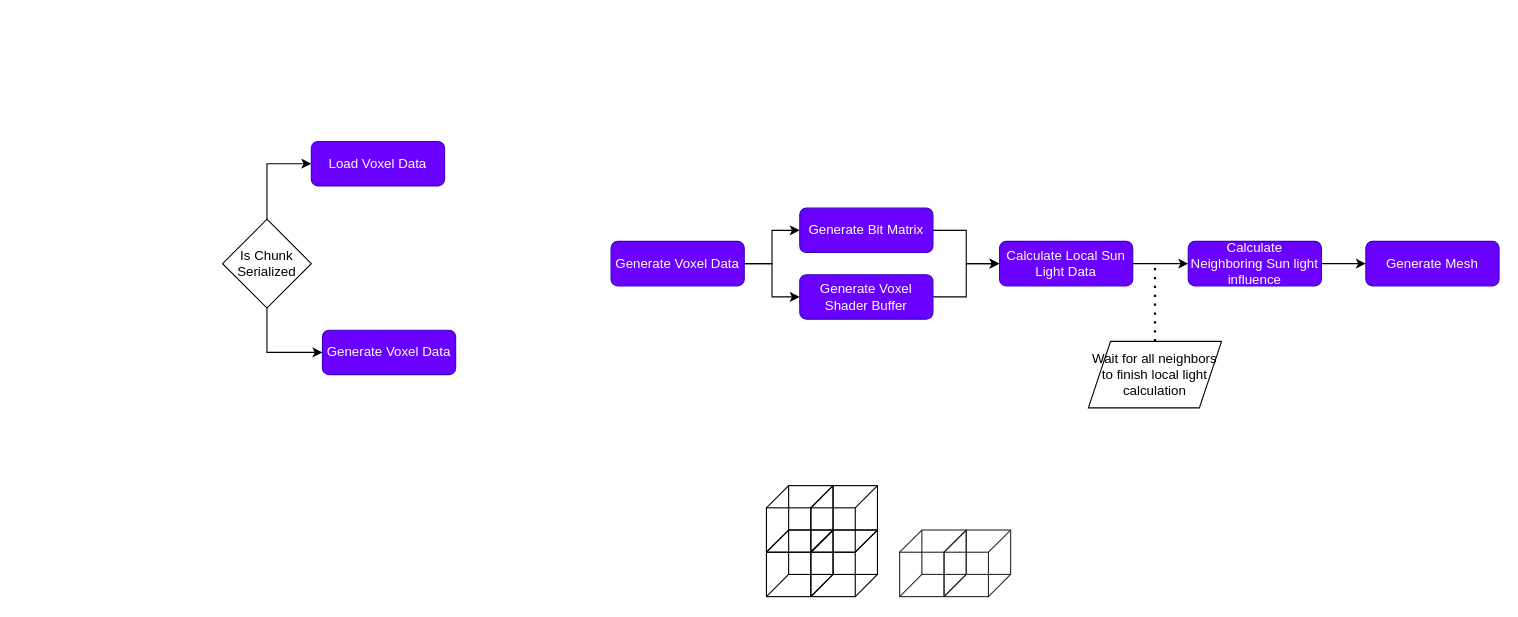
Seremonik/VoxelEngine keeps this draw.io diagram as VoxelEngine_Whiteboard.drawio. Above is the earlier version. Source tidied: cells renumbered, new cells numbered last; positions are measured from the earlier drawing's top-left corner, leaving out a move shared by most shapes. Both pictures are drawn from the tidied source at 111%, with x=0, y=0 at pixel (222, 141).
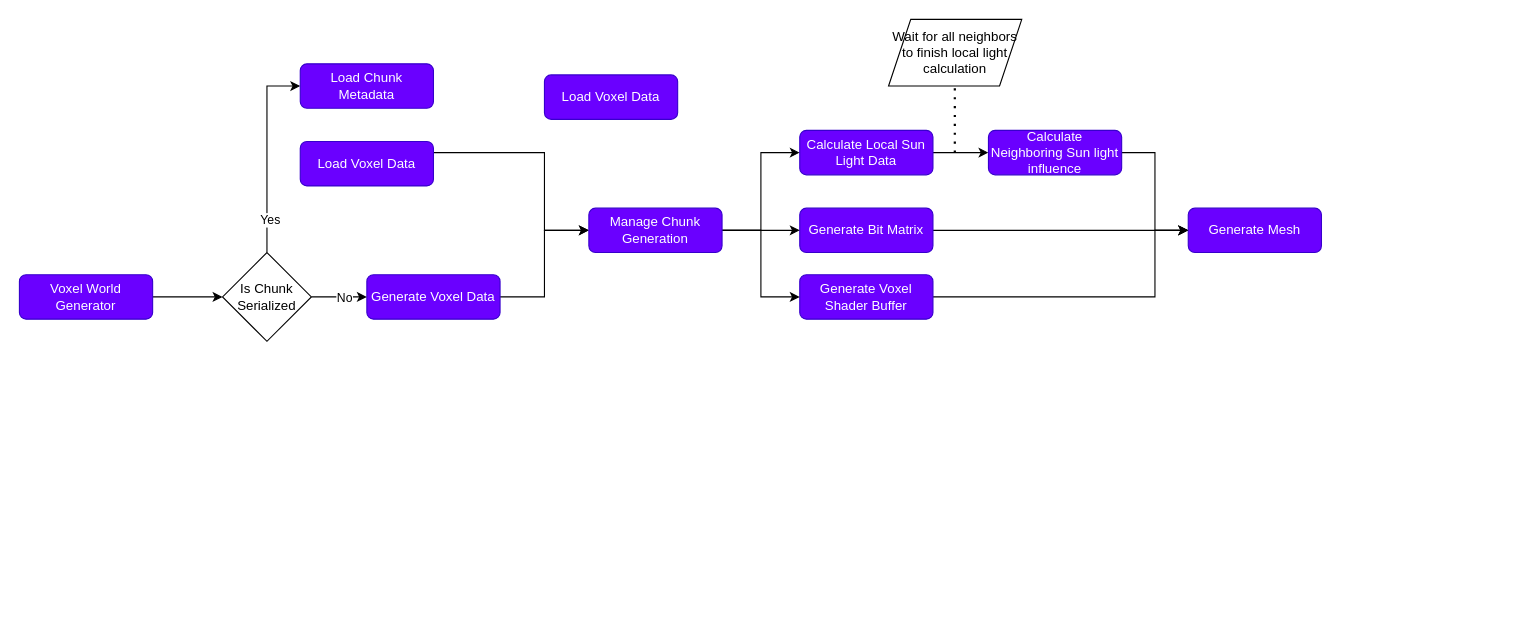
Above is the later version.

Commit message (it also covers changes not shown here):
Fix edge voxel editing

Unchanged cells that the change refers to:
```xml
<mxCell id="6" value="Generate Bit Matrix" style="rounded=1;whiteSpace=wrap;html=1;fontSize=12;glass=0;strokeWidth=1;shadow=0;fillColor=#6a00ff;fontColor=#ffffff;strokeColor=#3700CC;" parent="1" vertex="1">
  <mxGeometry x="520" y="60" width="120" height="40" as="geometry" />
</mxCell>
<mxCell id="8" value="Generate Voxel Shader Buffer" style="rounded=1;whiteSpace=wrap;html=1;fontSize=12;glass=0;strokeWidth=1;shadow=0;fillColor=#6a00ff;fontColor=#ffffff;strokeColor=#3700CC;" parent="1" vertex="1">
  <mxGeometry x="520" y="120" width="120" height="40" as="geometry" />
</mxCell>
```

The edit, as a diff of the source:
```diff
@@
-    <mxCell id="2" style="edgeStyle=orthogonalEdgeStyle;rounded=0;jettySize=auto;html=1;entryX=0;entryY=0.5;entryDx=0;entryDy=0;" parent="1" edge="1" source="4" target="6">
-      <mxGeometry relative="1" as="geometry" />
-    </mxCell>
-    <mxCell id="3" style="edgeStyle=orthogonalEdgeStyle;rounded=0;jettySize=auto;html=1;" parent="1" edge="1" source="4" target="8">
-      <mxGeometry relative="1" as="geometry" />
-    </mxCell>
-    <mxCell id="4" value="Generate Voxel Data" style="rounded=1;whiteSpace=wrap;html=1;fontSize=12;glass=0;strokeWidth=1;shadow=0;fillColor=#6a00ff;fontColor=#ffffff;strokeColor=#3700CC;" parent="1" vertex="1">
-      <mxGeometry x="350" y="90" width="120" height="40" as="geometry" />
-    </mxCell>
-    <mxCell id="5" style="edgeStyle=orthogonalEdgeStyle;rounded=0;jettySize=auto;html=1;" parent="1" edge="1" source="6" target="10">
-      <mxGeometry relative="1" as="geometry" />
-    </mxCell>
+    <mxCell id="57" style="edgeStyle=orthogonalEdgeStyle;rounded=0;jettySize=auto;html=1;" parent="1" edge="1" source="6">
+      <mxGeometry relative="1" as="geometry">
+        <mxPoint x="870" y="80" as="targetPoint" />
+      </mxGeometry>
+    </mxCell>
@@
-    <mxCell id="7" style="edgeStyle=orthogonalEdgeStyle;rounded=0;jettySize=auto;html=1;entryX=0;entryY=0.5;entryDx=0;entryDy=0;" parent="1" edge="1" source="8" target="10">
-      <mxGeometry relative="1" as="geometry" />
-    </mxCell>
+    <mxCell id="58" style="edgeStyle=orthogonalEdgeStyle;rounded=0;jettySize=auto;html=1;" parent="1" edge="1" source="8">
+      <mxGeometry relative="1" as="geometry">
+        <mxPoint x="870" y="80" as="targetPoint" />
+        <Array as="points">
+          <mxPoint x="840" y="140" />
+          <mxPoint x="840" y="80" />
+        </Array>
+      </mxGeometry>
+    </mxCell>
@@
     <mxCell id="9" style="edgeStyle=orthogonalEdgeStyle;rounded=0;jettySize=auto;html=1;entryX=0;entryY=0.5;entryDx=0;entryDy=0;" parent="1" edge="1" source="10" target="18">
       <mxGeometry relative="1" as="geometry">
         <Array as="points">
-          <mxPoint x="850" y="110" />
-          <mxPoint x="850" y="110" />
+          <mxPoint x="670" y="10" />
+          <mxPoint x="670" y="10" />
         </Array>
       </mxGeometry>
     </mxCell>
     <mxCell id="10" value="Calculate Local Sun Light Data" style="rounded=1;whiteSpace=wrap;html=1;fontSize=12;glass=0;strokeWidth=1;shadow=0;fillColor=#6a00ff;fontColor=#ffffff;strokeColor=#3700CC;" parent="1" vertex="1">
-      <mxGeometry x="700" y="90" width="120" height="40" as="geometry" />
+      <mxGeometry x="520" y="-10" width="120" height="40" as="geometry" />
     </mxCell>
     <mxCell id="11" value="Generate Mesh" style="rounded=1;whiteSpace=wrap;html=1;fontSize=12;glass=0;strokeWidth=1;shadow=0;fillColor=#6a00ff;fontColor=#ffffff;strokeColor=#3700CC;" parent="1" vertex="1">
-      <mxGeometry x="1030" y="90" width="120" height="40" as="geometry" />
+      <mxGeometry x="870" y="60" width="120" height="40" as="geometry" />
     </mxCell>
+    <mxCell id="59" style="edgeStyle=orthogonalEdgeStyle;rounded=0;jettySize=auto;html=1;entryX=0;entryY=0.5;entryDx=0;entryDy=0;" parent="1" edge="1" source="12" target="66">
+      <mxGeometry relative="1" as="geometry" />
+    </mxCell>
     <mxCell id="12" value="Generate Voxel Data" style="rounded=1;whiteSpace=wrap;html=1;fontSize=12;glass=0;strokeWidth=1;shadow=0;fillColor=#6a00ff;fontColor=#ffffff;strokeColor=#3700CC;" parent="1" vertex="1">
-      <mxGeometry x="90" y="170" width="120" height="40" as="geometry" />
+      <mxGeometry x="130" y="120" width="120" height="40" as="geometry" />
     </mxCell>
-    <mxCell id="13" style="edgeStyle=orthogonalEdgeStyle;rounded=0;jettySize=auto;html=1;entryX=0;entryY=0.5;entryDx=0;entryDy=0;" parent="1" edge="1" source="15" target="16">
+    <mxCell id="13" style="edgeStyle=orthogonalEdgeStyle;rounded=0;jettySize=auto;html=1;entryX=0;entryY=0.5;entryDx=0;entryDy=0;exitX=0.5;exitY=0;exitDx=0;exitDy=0;" parent="1" edge="1" source="15" target="69">
       <mxGeometry relative="1" as="geometry" />
     </mxCell>
+    <mxCell id="60" value="Yes" style="edgeLabel;html=1;align=center;verticalAlign=middle;" parent="13" vertex="1">
+      <mxGeometry x="-0.67" y="-2" relative="1" as="geometry" />
+    </mxCell>
     <mxCell id="14" style="edgeStyle=orthogonalEdgeStyle;rounded=0;jettySize=auto;html=1;entryX=0;entryY=0.5;entryDx=0;entryDy=0;" parent="1" edge="1" source="15" target="12">
-      <mxGeometry relative="1" as="geometry">
-        <Array as="points">
-          <mxPoint x="40" y="190" />
-        </Array>
-      </mxGeometry>
+      <mxGeometry relative="1" as="geometry" />
     </mxCell>
+    <mxCell id="61" value="No" style="edgeLabel;html=1;align=center;verticalAlign=middle;" parent="14" vertex="1">
+      <mxGeometry x="0.14" relative="1" as="geometry" />
+    </mxCell>
     <mxCell id="15" value="Is Chunk&lt;div&gt;Serialized&lt;/div&gt;" style="rhombus;whiteSpace=wrap;html=1;" parent="1" vertex="1">
-      <mxGeometry y="70" width="80" height="80" as="geometry" />
+      <mxGeometry y="100" width="80" height="80" as="geometry" />
     </mxCell>
+    <mxCell id="62" style="edgeStyle=orthogonalEdgeStyle;rounded=0;jettySize=auto;html=1;entryX=0;entryY=0.5;entryDx=0;entryDy=0;" parent="1" edge="1" source="16" target="66">
+      <mxGeometry relative="1" as="geometry">
+        <Array as="points">
+          <mxPoint x="290" y="10" />
+          <mxPoint x="290" y="80" />
+        </Array>
+      </mxGeometry>
+    </mxCell>
     <mxCell id="16" value="Load Voxel Data" style="rounded=1;whiteSpace=wrap;html=1;fontSize=12;glass=0;strokeWidth=1;shadow=0;fillColor=#6a00ff;fontColor=#ffffff;strokeColor=#3700CC;" parent="1" vertex="1">
-      <mxGeometry x="80" width="120" height="40" as="geometry" />
+      <mxGeometry x="70" width="120" height="40" as="geometry" />
     </mxCell>
-    <mxCell id="17" style="edgeStyle=orthogonalEdgeStyle;rounded=0;jettySize=auto;html=1;" parent="1" edge="1" source="18" target="11">
+    <mxCell id="17" style="edgeStyle=orthogonalEdgeStyle;rounded=0;jettySize=auto;html=1;entryX=0;entryY=0.5;entryDx=0;entryDy=0;" parent="1" edge="1" source="18" target="11">
       <mxGeometry relative="1" as="geometry" />
     </mxCell>
     <mxCell id="18" value="Calculate Neighboring Sun light influence" style="rounded=1;whiteSpace=wrap;html=1;fontSize=12;glass=0;strokeWidth=1;shadow=0;fillColor=#6a00ff;fontColor=#ffffff;strokeColor=#3700CC;" parent="1" vertex="1">
-      <mxGeometry x="870" y="90" width="120" height="40" as="geometry" />
+      <mxGeometry x="690" y="-10" width="120" height="40" as="geometry" />
     </mxCell>
     <mxCell id="19" style="endArrow=none;dashed=1;html=1;dashPattern=1 3;strokeWidth=2;rounded=0;" parent="1" edge="1">
       <mxGeometry relative="1" as="geometry">
-        <mxPoint x="840" y="180" as="sourcePoint" />
-        <mxPoint x="840" y="110" as="targetPoint" />
+        <mxPoint x="659.7" y="10" as="sourcePoint" />
+        <mxPoint x="659.7" y="-60" as="targetPoint" />
       </mxGeometry>
     </mxCell>
     <mxCell id="20" value="Wait for all neighbors to finish local light calculation" style="shape=parallelogram;perimeter=parallelogramPerimeter;whiteSpace=wrap;html=1;fixedSize=1;" parent="1" vertex="1">
-      <mxGeometry x="780" y="180" width="120" height="60" as="geometry" />
+      <mxGeometry x="600" y="-110" width="120" height="60" as="geometry" />
     </mxCell>
-    <mxCell id="21" style="whiteSpace=wrap;html=1;fillColor=none;" parent="1" vertex="1">
-      <mxGeometry x="510" y="350" width="40" height="40" as="geometry" />
-    </mxCell>
-    <mxCell id="22" style="whiteSpace=wrap;html=1;fillColor=none;" parent="1" vertex="1">
-      <mxGeometry x="490" y="370" width="40" height="40" as="geometry" />
-    </mxCell>
-    <mxCell id="23" style="endArrow=none;html=1;rounded=0;exitX=0;exitY=0;exitDx=0;exitDy=0;entryX=0;entryY=0;entryDx=0;entryDy=0;" parent="1" edge="1" source="22" target="21">
-      <mxGeometry relative="1" as="geometry" />
-    </mxCell>
-    <mxCell id="24" style="endArrow=none;html=1;rounded=0;exitX=0;exitY=0;exitDx=0;exitDy=0;entryX=0;entryY=0;entryDx=0;entryDy=0;" parent="1" edge="1">
-      <mxGeometry relative="1" as="geometry">
-        <mxPoint x="530" y="370" as="sourcePoint" />
-        <mxPoint x="550" y="350" as="targetPoint" />
-      </mxGeometry>
-    </mxCell>
-    <mxCell id="25" style="endArrow=none;html=1;rounded=0;exitX=0;exitY=0;exitDx=0;exitDy=0;entryX=0;entryY=0;entryDx=0;entryDy=0;" parent="1" edge="1">
-      <mxGeometry relative="1" as="geometry">
-        <mxPoint x="530" y="410" as="sourcePoint" />
-        <mxPoint x="550" y="390" as="targetPoint" />
-      </mxGeometry>
-    </mxCell>
-    <mxCell id="26" style="endArrow=none;html=1;rounded=0;exitX=0;exitY=0;exitDx=0;exitDy=0;entryX=0;entryY=0;entryDx=0;entryDy=0;" parent="1" edge="1">
-      <mxGeometry relative="1" as="geometry">
-        <mxPoint x="490" y="410" as="sourcePoint" />
-        <mxPoint x="510" y="390" as="targetPoint" />
-      </mxGeometry>
-    </mxCell>
-    <mxCell id="27" style="whiteSpace=wrap;html=1;fillColor=none;" parent="1" vertex="1">
-      <mxGeometry x="550" y="350" width="40" height="40" as="geometry" />
-    </mxCell>
-    <mxCell id="28" style="whiteSpace=wrap;html=1;fillColor=none;" parent="1" vertex="1">
-      <mxGeometry x="530" y="370" width="40" height="40" as="geometry" />
-    </mxCell>
-    <mxCell id="29" style="endArrow=none;html=1;rounded=0;exitX=0;exitY=0;exitDx=0;exitDy=0;entryX=0;entryY=0;entryDx=0;entryDy=0;" parent="1" edge="1" source="28" target="27">
-      <mxGeometry relative="1" as="geometry" />
-    </mxCell>
-    <mxCell id="30" style="endArrow=none;html=1;rounded=0;exitX=0;exitY=0;exitDx=0;exitDy=0;entryX=0;entryY=0;entryDx=0;entryDy=0;" parent="1" edge="1">
-      <mxGeometry relative="1" as="geometry">
-        <mxPoint x="570" y="370" as="sourcePoint" />
-        <mxPoint x="590" y="350" as="targetPoint" />
-      </mxGeometry>
-    </mxCell>
-    <mxCell id="31" style="endArrow=none;html=1;rounded=0;exitX=0;exitY=0;exitDx=0;exitDy=0;entryX=0;entryY=0;entryDx=0;entryDy=0;" parent="1" edge="1">
-      <mxGeometry relative="1" as="geometry">
-        <mxPoint x="570" y="410" as="sourcePoint" />
-        <mxPoint x="590" y="390" as="targetPoint" />
-      </mxGeometry>
-    </mxCell>
-    <mxCell id="32" style="endArrow=none;html=1;rounded=0;exitX=0;exitY=0;exitDx=0;exitDy=0;entryX=0;entryY=0;entryDx=0;entryDy=0;" parent="1" edge="1">
-      <mxGeometry relative="1" as="geometry">
-        <mxPoint x="530" y="410" as="sourcePoint" />
-        <mxPoint x="550" y="390" as="targetPoint" />
-      </mxGeometry>
-    </mxCell>
-    <mxCell id="33" style="whiteSpace=wrap;html=1;fillColor=none;" parent="1" vertex="1">
-      <mxGeometry x="510" y="310" width="40" height="40" as="geometry" />
-    </mxCell>
-    <mxCell id="34" style="whiteSpace=wrap;html=1;fillColor=none;" parent="1" vertex="1">
-      <mxGeometry x="490" y="330" width="40" height="40" as="geometry" />
-    </mxCell>
-    <mxCell id="35" style="endArrow=none;html=1;rounded=0;exitX=0;exitY=0;exitDx=0;exitDy=0;entryX=0;entryY=0;entryDx=0;entryDy=0;" parent="1" edge="1" source="34" target="33">
-      <mxGeometry relative="1" as="geometry" />
-    </mxCell>
-    <mxCell id="36" style="endArrow=none;html=1;rounded=0;exitX=0;exitY=0;exitDx=0;exitDy=0;entryX=0;entryY=0;entryDx=0;entryDy=0;" parent="1" edge="1">
-      <mxGeometry relative="1" as="geometry">
-        <mxPoint x="530" y="330" as="sourcePoint" />
-        <mxPoint x="550" y="310" as="targetPoint" />
-      </mxGeometry>
-    </mxCell>
-    <mxCell id="37" style="endArrow=none;html=1;rounded=0;exitX=0;exitY=0;exitDx=0;exitDy=0;entryX=0;entryY=0;entryDx=0;entryDy=0;" parent="1" edge="1">
-      <mxGeometry relative="1" as="geometry">
-        <mxPoint x="530" y="370" as="sourcePoint" />
-        <mxPoint x="550" y="350" as="targetPoint" />
-      </mxGeometry>
-    </mxCell>
-    <mxCell id="38" style="endArrow=none;html=1;rounded=0;exitX=0;exitY=0;exitDx=0;exitDy=0;entryX=0;entryY=0;entryDx=0;entryDy=0;" parent="1" edge="1">
-      <mxGeometry relative="1" as="geometry">
-        <mxPoint x="490" y="370" as="sourcePoint" />
-        <mxPoint x="510" y="350" as="targetPoint" />
-      </mxGeometry>
-    </mxCell>
-    <mxCell id="39" style="whiteSpace=wrap;html=1;fillColor=none;" parent="1" vertex="1">
-      <mxGeometry x="550" y="310" width="40" height="40" as="geometry" />
-    </mxCell>
-    <mxCell id="40" style="whiteSpace=wrap;html=1;fillColor=none;" parent="1" vertex="1">
-      <mxGeometry x="530" y="330" width="40" height="40" as="geometry" />
-    </mxCell>
-    <mxCell id="41" style="endArrow=none;html=1;rounded=0;exitX=0;exitY=0;exitDx=0;exitDy=0;entryX=0;entryY=0;entryDx=0;entryDy=0;" parent="1" edge="1" source="40" target="39">
-      <mxGeometry relative="1" as="geometry" />
-    </mxCell>
-    <mxCell id="42" style="endArrow=none;html=1;rounded=0;exitX=0;exitY=0;exitDx=0;exitDy=0;entryX=0;entryY=0;entryDx=0;entryDy=0;" parent="1" edge="1">
-      <mxGeometry relative="1" as="geometry">
-        <mxPoint x="570" y="330" as="sourcePoint" />
-        <mxPoint x="590" y="310" as="targetPoint" />
-      </mxGeometry>
-    </mxCell>
-    <mxCell id="43" style="endArrow=none;html=1;rounded=0;exitX=0;exitY=0;exitDx=0;exitDy=0;entryX=0;entryY=0;entryDx=0;entryDy=0;" parent="1" edge="1">
-      <mxGeometry relative="1" as="geometry">
-        <mxPoint x="570" y="370" as="sourcePoint" />
-        <mxPoint x="590" y="350" as="targetPoint" />
-      </mxGeometry>
-    </mxCell>
-    <mxCell id="44" style="endArrow=none;html=1;rounded=0;exitX=0;exitY=0;exitDx=0;exitDy=0;entryX=0;entryY=0;entryDx=0;entryDy=0;" parent="1" edge="1">
-      <mxGeometry relative="1" as="geometry">
-        <mxPoint x="530" y="370" as="sourcePoint" />
-        <mxPoint x="550" y="350" as="targetPoint" />
-      </mxGeometry>
-    </mxCell>
-    <mxCell id="45" style="whiteSpace=wrap;html=1;fillColor=none;strokeColor=#292929;" parent="1" vertex="1">
-      <mxGeometry x="630" y="350" width="40" height="40" as="geometry" />
-    </mxCell>
-    <mxCell id="46" style="whiteSpace=wrap;html=1;fillColor=none;strokeColor=#292929;" parent="1" vertex="1">
-      <mxGeometry x="610" y="370" width="40" height="40" as="geometry" />
-    </mxCell>
-    <mxCell id="47" style="endArrow=none;html=1;rounded=0;exitX=0;exitY=0;exitDx=0;exitDy=0;entryX=0;entryY=0;entryDx=0;entryDy=0;strokeColor=#292929;" parent="1" edge="1" source="46" target="45">
-      <mxGeometry relative="1" as="geometry" />
-    </mxCell>
-    <mxCell id="48" style="endArrow=none;html=1;rounded=0;exitX=0;exitY=0;exitDx=0;exitDy=0;entryX=0;entryY=0;entryDx=0;entryDy=0;strokeColor=#292929;" parent="1" edge="1">
-      <mxGeometry relative="1" as="geometry">
-        <mxPoint x="650" y="370" as="sourcePoint" />
-        <mxPoint x="670" y="350" as="targetPoint" />
-      </mxGeometry>
-    </mxCell>
-    <mxCell id="49" style="endArrow=none;html=1;rounded=0;exitX=0;exitY=0;exitDx=0;exitDy=0;entryX=0;entryY=0;entryDx=0;entryDy=0;strokeColor=#292929;" parent="1" edge="1">
-      <mxGeometry relative="1" as="geometry">
-        <mxPoint x="650" y="410" as="sourcePoint" />
-        <mxPoint x="670" y="390" as="targetPoint" />
-      </mxGeometry>
-    </mxCell>
-    <mxCell id="50" style="endArrow=none;html=1;rounded=0;exitX=0;exitY=0;exitDx=0;exitDy=0;entryX=0;entryY=0;entryDx=0;entryDy=0;strokeColor=#292929;" parent="1" edge="1">
-      <mxGeometry relative="1" as="geometry">
-        <mxPoint x="610" y="410" as="sourcePoint" />
-        <mxPoint x="630" y="390" as="targetPoint" />
-      </mxGeometry>
-    </mxCell>
-    <mxCell id="51" style="whiteSpace=wrap;html=1;fillColor=none;strokeColor=#292929;" parent="1" vertex="1">
-      <mxGeometry x="670" y="350" width="40" height="40" as="geometry" />
-    </mxCell>
-    <mxCell id="52" style="whiteSpace=wrap;html=1;fillColor=none;strokeColor=#292929;" parent="1" vertex="1">
-      <mxGeometry x="650" y="370" width="40" height="40" as="geometry" />
-    </mxCell>
-    <mxCell id="53" style="endArrow=none;html=1;rounded=0;exitX=0;exitY=0;exitDx=0;exitDy=0;entryX=0;entryY=0;entryDx=0;entryDy=0;strokeColor=#292929;" parent="1" edge="1" source="52" target="51">
-      <mxGeometry relative="1" as="geometry" />
-    </mxCell>
-    <mxCell id="54" style="endArrow=none;html=1;rounded=0;exitX=0;exitY=0;exitDx=0;exitDy=0;entryX=0;entryY=0;entryDx=0;entryDy=0;strokeColor=#292929;" parent="1" edge="1">
-      <mxGeometry relative="1" as="geometry">
-        <mxPoint x="690" y="370" as="sourcePoint" />
-        <mxPoint x="710" y="350" as="targetPoint" />
-      </mxGeometry>
-    </mxCell>
-    <mxCell id="55" style="endArrow=none;html=1;rounded=0;exitX=0;exitY=0;exitDx=0;exitDy=0;entryX=0;entryY=0;entryDx=0;entryDy=0;strokeColor=#292929;" parent="1" edge="1">
-      <mxGeometry relative="1" as="geometry">
-        <mxPoint x="690" y="410" as="sourcePoint" />
-        <mxPoint x="710" y="390" as="targetPoint" />
-      </mxGeometry>
-    </mxCell>
-    <mxCell id="56" style="endArrow=none;html=1;rounded=0;exitX=0;exitY=0;exitDx=0;exitDy=0;entryX=0;entryY=0;entryDx=0;entryDy=0;strokeColor=#292929;" parent="1" edge="1">
-      <mxGeometry relative="1" as="geometry">
-        <mxPoint x="650" y="410" as="sourcePoint" />
-        <mxPoint x="670" y="390" as="targetPoint" />
-      </mxGeometry>
-    </mxCell>
+    <mxCell id="63" style="edgeStyle=orthogonalEdgeStyle;rounded=0;jettySize=auto;html=1;entryX=0;entryY=0.5;entryDx=0;entryDy=0;" parent="1" edge="1" source="66" target="6">
+      <mxGeometry relative="1" as="geometry" />
+    </mxCell>
+    <mxCell id="64" style="edgeStyle=orthogonalEdgeStyle;rounded=0;jettySize=auto;html=1;entryX=0;entryY=0.5;entryDx=0;entryDy=0;" parent="1" edge="1" source="66" target="10">
+      <mxGeometry relative="1" as="geometry" />
+    </mxCell>
+    <mxCell id="65" style="edgeStyle=orthogonalEdgeStyle;rounded=0;jettySize=auto;html=1;entryX=0;entryY=0.5;entryDx=0;entryDy=0;" parent="1" edge="1" source="66" target="8">
+      <mxGeometry relative="1" as="geometry" />
+    </mxCell>
+    <mxCell id="66" value="Manage Chunk Generation" style="rounded=1;whiteSpace=wrap;html=1;fontSize=12;glass=0;strokeWidth=1;shadow=0;fillColor=#6a00ff;fontColor=#ffffff;strokeColor=#3700CC;" parent="1" vertex="1">
+      <mxGeometry x="330" y="60" width="120" height="40" as="geometry" />
+    </mxCell>
+    <mxCell id="67" style="edgeStyle=orthogonalEdgeStyle;rounded=0;jettySize=auto;html=1;entryX=0;entryY=0.5;entryDx=0;entryDy=0;" parent="1" edge="1" source="68" target="15">
+      <mxGeometry relative="1" as="geometry" />
+    </mxCell>
+    <mxCell id="68" value="Voxel World Generator" style="rounded=1;whiteSpace=wrap;html=1;fontSize=12;glass=0;strokeWidth=1;shadow=0;fillColor=#6a00ff;fontColor=#ffffff;strokeColor=#3700CC;" parent="1" vertex="1">
+      <mxGeometry x="-183" y="120" width="120" height="40" as="geometry" />
+    </mxCell>
+    <mxCell id="69" value="Load Chunk Metadata" style="rounded=1;whiteSpace=wrap;html=1;fontSize=12;glass=0;strokeWidth=1;shadow=0;fillColor=#6a00ff;fontColor=#ffffff;strokeColor=#3700CC;" parent="1" vertex="1">
+      <mxGeometry x="70" y="-70" width="120" height="40" as="geometry" />
+    </mxCell>
+    <mxCell id="70" value="Load Voxel Data" style="rounded=1;whiteSpace=wrap;html=1;fontSize=12;glass=0;strokeWidth=1;shadow=0;fillColor=#6a00ff;fontColor=#ffffff;strokeColor=#3700CC;" parent="1" vertex="1">
+      <mxGeometry x="290" y="-60" width="120" height="40" as="geometry" />
+    </mxCell>
```
